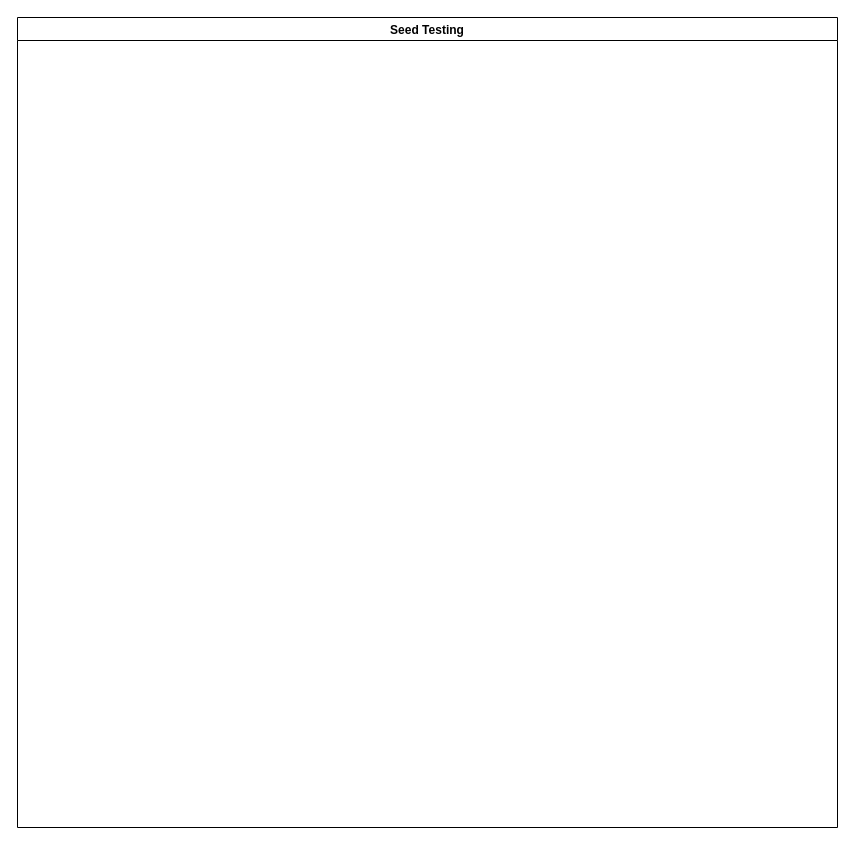
Above: KEFRI-R&D-Seed Testing.drawio in kmagua/flowcharts (draw.io), before the change. Source tidied: cells renumbered, new cells numbered last; positions are measured from the earlier drawing's top-left corner, leaving out a move shared by most shapes. Both pictures are drawn from the tidied source at 100%, with x=0, y=0 at pixel (17, 17).
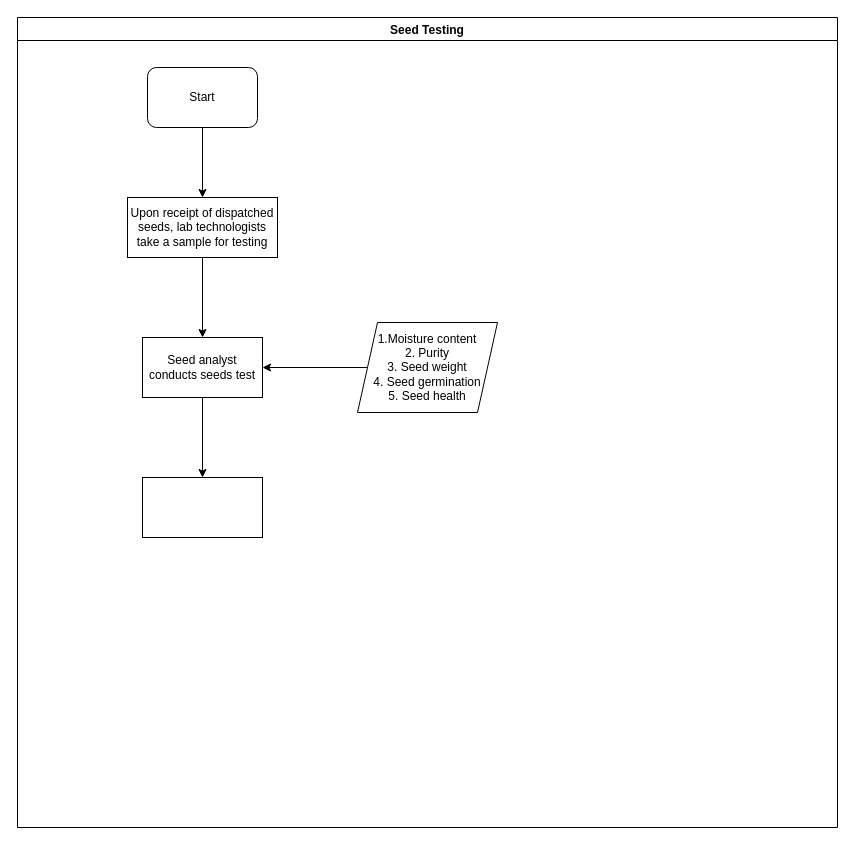
Above is the later version.

The edit, as a diff of the source:
```diff
@@
 <mxGraphModel>
   <root>
     <mxCell id="0" />
     <mxCell id="1" parent="0" />
     <mxCell id="2" value="Seed Testing" style="swimlane;" parent="1" vertex="1">
       <mxGeometry width="820" height="810" as="geometry" />
     </mxCell>
+    <mxCell id="3" value="Start" style="rounded=1;whiteSpace=wrap;html=1;" parent="2" vertex="1">
+      <mxGeometry x="130" y="50" width="110" height="60" as="geometry" />
+    </mxCell>
+    <mxCell id="4" value="Upon receipt of dispatched seeds, lab technologists take a sample for testing" style="rounded=0;whiteSpace=wrap;html=1;" parent="2" vertex="1">
+      <mxGeometry x="110" y="180" width="150" height="60" as="geometry" />
+    </mxCell>
+    <mxCell id="5" style="edgeStyle=orthogonalEdgeStyle;rounded=0;jettySize=auto;html=1;" parent="2" edge="1" source="3" target="4">
+      <mxGeometry relative="1" as="geometry" />
+    </mxCell>
+    <mxCell id="6" value="&lt;div&gt;1.Moisture content&lt;/div&gt;&lt;div&gt;2. Purity&lt;/div&gt;&lt;div&gt;3. Seed weight&lt;/div&gt;&lt;div&gt;4. Seed germination&lt;/div&gt;&lt;div&gt;5. Seed health&lt;br&gt;&lt;/div&gt;" style="shape=parallelogram;perimeter=parallelogramPerimeter;whiteSpace=wrap;html=1;fixedSize=1;" parent="2" vertex="1">
+      <mxGeometry x="340" y="305" width="140" height="90" as="geometry" />
+    </mxCell>
+    <mxCell id="7" style="edgeStyle=orthogonalEdgeStyle;rounded=0;jettySize=auto;html=1;" parent="1" edge="1" source="8" target="11">
+      <mxGeometry relative="1" as="geometry" />
+    </mxCell>
+    <mxCell id="8" value="Seed analyst conducts seeds test" style="whiteSpace=wrap;html=1;rounded=0;" parent="1" vertex="1">
+      <mxGeometry x="125" y="320" width="120" height="60" as="geometry" />
+    </mxCell>
+    <mxCell id="9" style="edgeStyle=orthogonalEdgeStyle;rounded=0;jettySize=auto;html=1;" parent="1" edge="1" source="4" target="8">
+      <mxGeometry relative="1" as="geometry" />
+    </mxCell>
+    <mxCell id="10" style="edgeStyle=orthogonalEdgeStyle;rounded=0;jettySize=auto;html=1;" parent="1" edge="1" source="6" target="8">
+      <mxGeometry relative="1" as="geometry" />
+    </mxCell>
+    <mxCell id="11" style="whiteSpace=wrap;html=1;rounded=0;" parent="1" vertex="1">
+      <mxGeometry x="125" y="460" width="120" height="60" as="geometry" />
+    </mxCell>
   </root>
 </mxGraphModel>
```
